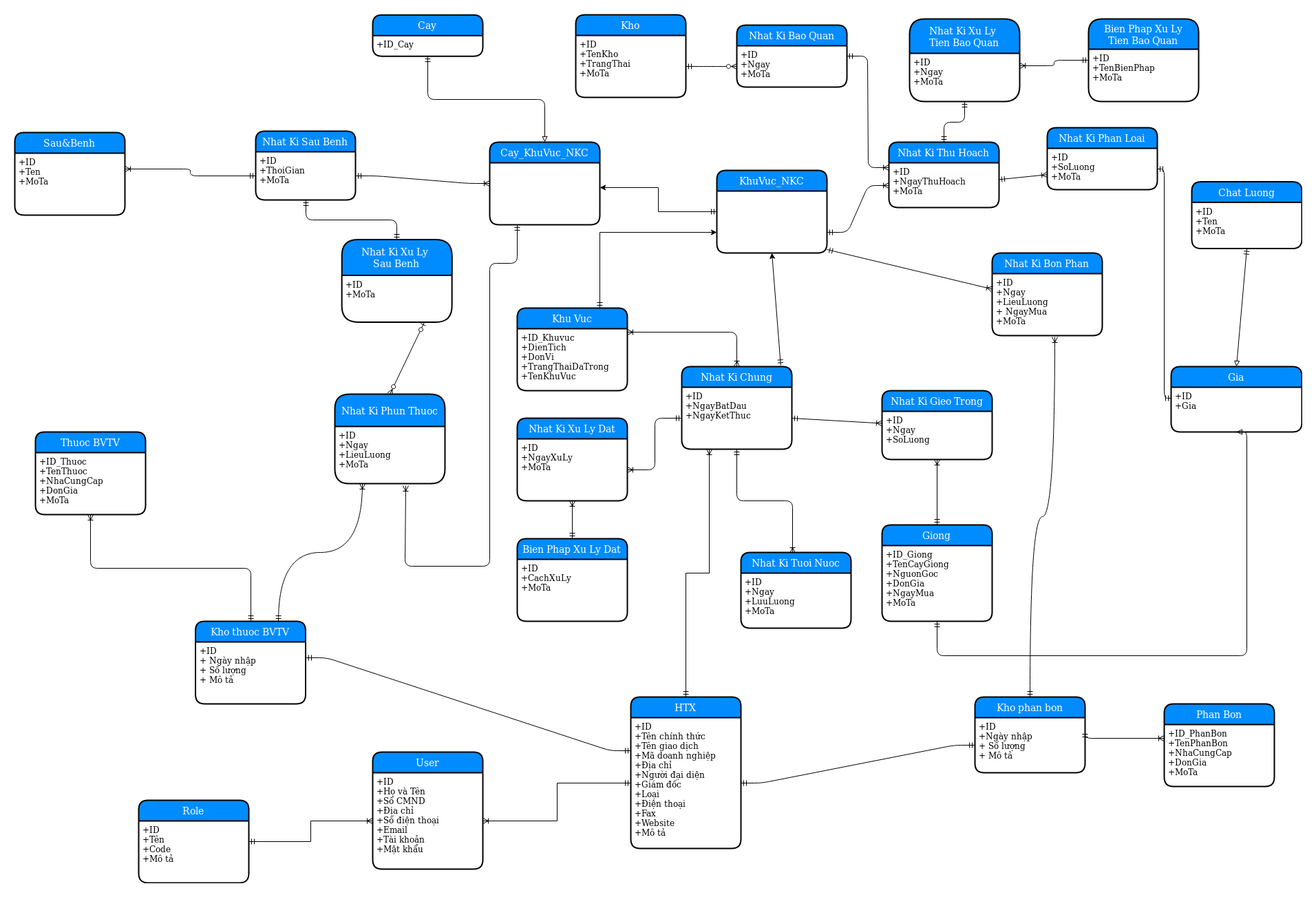
Before: docs/chuc-nang-cay-an-qua/ERD.png, a diagram exported from draw.io (tranminhkhang8198/CLC.2019_Nhat-ky-san-xuat). Source tidied: cells renumbered, new cells last; positions are measured from the earlier drawing's top-left corner, leaving out a move shared by most shapes.
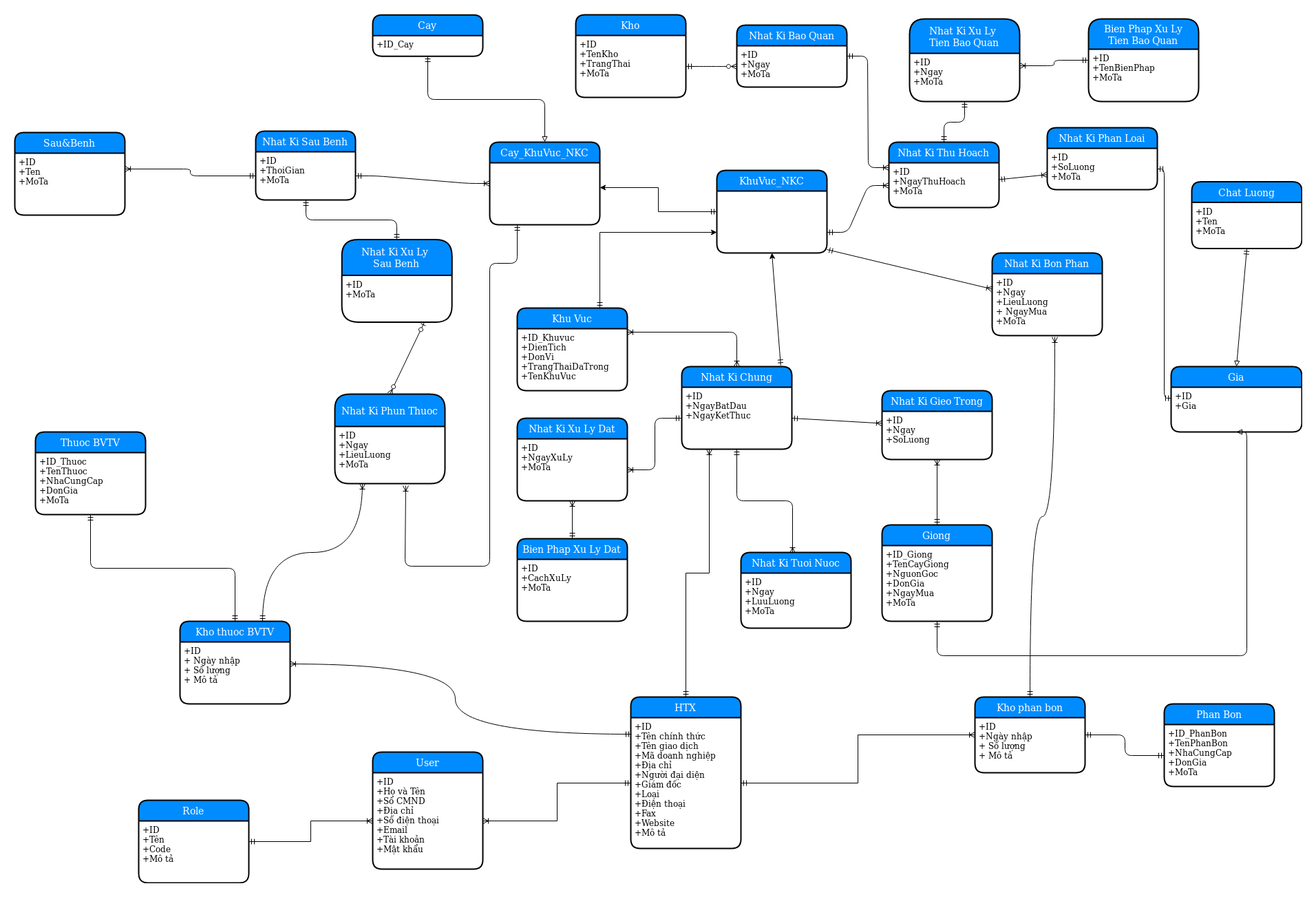
After the change.

Commit message:
modified: cap nhat ERD va UML cho cay an qua

Diff of the diagram source:
```diff
@@ -269,7 +269,7 @@
       <mxGeometry relative="1" as="geometry" />
     </mxCell>
     <mxCell id="84" value="Kho thuoc BVTV" style="swimlane;horizontal=1;startSize=30;fillColor=#008cff;fontColor=#FFFFFF;rounded=1;fontSize=14;fontStyle=0;strokeWidth=2;shadow=0;dashed=0;align=center;" parent="1" vertex="1">
-      <mxGeometry x="262.5" y="881" width="160" height="120" as="geometry" />
+      <mxGeometry x="240" y="881" width="160" height="120" as="geometry" />
     </mxCell>
     <mxCell id="85" value="+ID&#10;+ Ngày nhập&#10;+ Số lượng&#10;+ Mô tả" style="align=left;strokeColor=none;fillColor=none;spacingLeft=4;fontSize=12;verticalAlign=top;" parent="84" vertex="1">
       <mxGeometry y="30" width="160" height="90" as="geometry" />
@@ -280,27 +280,28 @@
     <mxCell id="87" value="+ID&#10;+Ngày nhập&#10;+ Số lượng&#10;+ Mô tả&#10;" style="align=left;strokeColor=none;fillColor=none;spacingLeft=4;fontSize=12;verticalAlign=top;" parent="86" vertex="1">
       <mxGeometry y="30" width="160" height="80" as="geometry" />
     </mxCell>
-    <mxCell id="88" style="fontSize=12;html=1;endArrow=ERoneToMany;startArrow=ERmandOne;exitX=1;exitY=0.25;exitDx=0;exitDy=0;edgeStyle=orthogonalEdgeStyle;" parent="1" edge="1" source="87" target="7">
-      <mxGeometry relative="1" as="geometry">
-        <Array as="points">
-          <mxPoint x="1700" y="1051" />
-        </Array>
-      </mxGeometry>
-    </mxCell>
-    <mxCell id="89" style="edgeStyle=entityRelationEdgeStyle;fontSize=12;html=1;endArrow=ERmandOne;startArrow=ERmandOne;exitX=1;exitY=0.5;exitDx=0;exitDy=0;entryX=0;entryY=0.5;entryDx=0;entryDy=0;" parent="1" edge="1" source="77" target="87">
-      <mxGeometry relative="1" as="geometry" />
-    </mxCell>
-    <mxCell id="90" style="edgeStyle=entityRelationEdgeStyle;fontSize=12;html=1;endArrow=ERmandOne;startArrow=ERmandOne;exitX=1;exitY=0.25;exitDx=0;exitDy=0;entryX=0;entryY=0.25;entryDx=0;entryDy=0;" parent="1" edge="1" source="85" target="77">
-      <mxGeometry relative="1" as="geometry" />
-    </mxCell>
-    <mxCell id="91" style="edgeStyle=orthogonalEdgeStyle;fontSize=12;html=1;endArrow=ERoneToMany;startArrow=ERmandOne;exitX=0.5;exitY=0;exitDx=0;exitDy=0;entryX=0.5;entryY=1;entryDx=0;entryDy=0;" parent="1" edge="1" source="84" target="71">
-      <mxGeometry relative="1" as="geometry" />
-    </mxCell>
     <mxCell id="92" style="edgeStyle=orthogonalEdgeStyle;rounded=0;jettySize=auto;html=1;startArrow=ERmandOne;startFill=0;endArrow=ERoneToMany;endFill=0;exitX=0.5;exitY=0;exitDx=0;exitDy=0;entryX=0.569;entryY=1.022;entryDx=0;entryDy=0;entryPerimeter=0;curved=1;" parent="1" edge="1" source="86" target="38">
       <mxGeometry relative="1" as="geometry" />
     </mxCell>
     <mxCell id="93" style="fontSize=12;html=1;endArrow=ERoneToMany;startArrow=ERmandOne;entryX=0.25;entryY=1;entryDx=0;entryDy=0;exitX=0.75;exitY=0;exitDx=0;exitDy=0;edgeStyle=orthogonalEdgeStyle;curved=1;" parent="1" edge="1" source="84" target="70">
       <mxGeometry relative="1" as="geometry" />
     </mxCell>
+    <mxCell id="94" style="edgeStyle=orthogonalEdgeStyle;fontSize=12;html=1;endArrow=ERmandOne;startArrow=ERmandOne;exitX=1;exitY=0.5;exitDx=0;exitDy=0;entryX=0;entryY=0.5;entryDx=0;entryDy=0;" parent="1" edge="1" source="86" target="8">
+      <mxGeometry relative="1" as="geometry" />
+    </mxCell>
+    <mxCell id="95" style="edgeStyle=orthogonalEdgeStyle;rounded=0;jettySize=auto;html=1;entryX=0;entryY=0.5;entryDx=0;entryDy=0;startArrow=ERmandOne;startFill=0;endArrow=ERoneToMany;endFill=0;exitX=1;exitY=0.5;exitDx=0;exitDy=0;" parent="1" edge="1" source="77" target="86">
+      <mxGeometry relative="1" as="geometry" />
+    </mxCell>
+    <mxCell id="96" style="edgeStyle=orthogonalEdgeStyle;rounded=0;jettySize=auto;html=1;startArrow=ERmandOne;startFill=0;endArrow=ERoneToMany;endFill=0;exitX=0.006;exitY=0.126;exitDx=0;exitDy=0;curved=1;exitPerimeter=0;" parent="1" edge="1" source="77" target="85">
+      <mxGeometry relative="1" as="geometry">
+        <Array as="points">
+          <mxPoint x="640" y="1045" />
+          <mxPoint x="640" y="943" />
+        </Array>
+      </mxGeometry>
+    </mxCell>
+    <mxCell id="97" style="edgeStyle=orthogonalEdgeStyle;fontSize=12;html=1;endArrow=ERmandOne;startArrow=ERmandOne;exitX=0.5;exitY=1;exitDx=0;exitDy=0;" parent="1" edge="1" source="72" target="84">
+      <mxGeometry relative="1" as="geometry" />
+    </mxCell>
   </root>
 </mxGraphModel>
```
